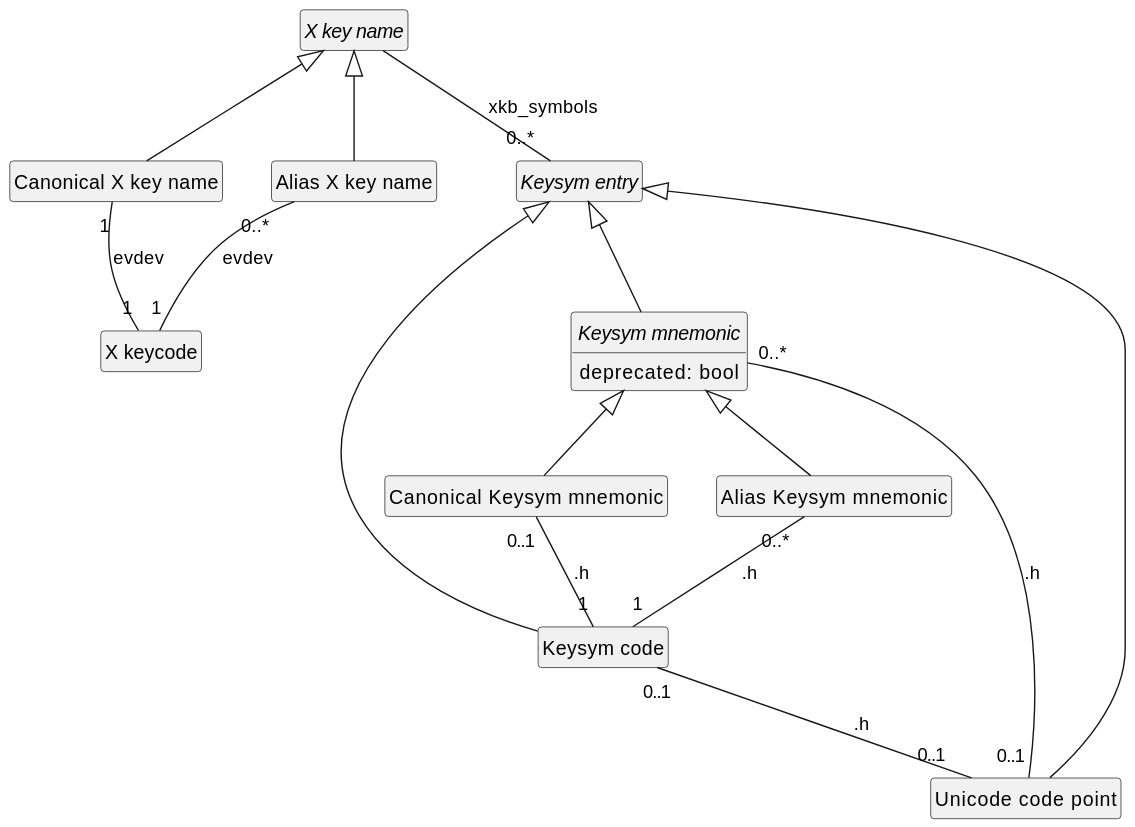
Earlier version of the PlantUML export X mappings.svg (oliviercailloux/XKB-doc).
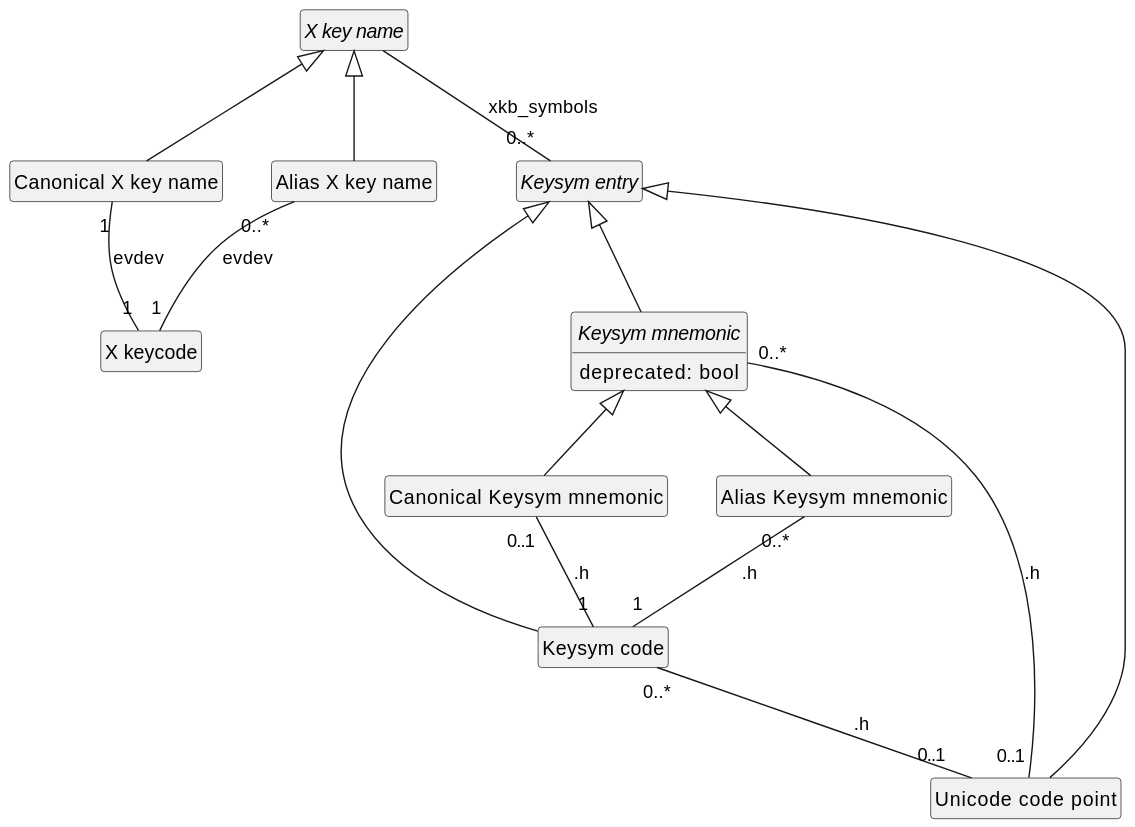
Later version of the same file.

Commit message:
UCP to mult KS codes

What changed in the source:
```diff
@@ -21,5 +21,5 @@
 "Keysym mnemonic" "0..*" -- "0..1" "Unicode code point" : .h
 "Canonical Keysym mnemonic" "0..1" -- "1" "Keysym code" : .h
 "Alias Keysym mnemonic" "0..*" -- "1" "Keysym code" : .h
-"Keysym code" "0..1" -- "0..1" "Unicode code point" : .h
+"Keysym code" "0..*" -- "0..1" "Unicode code point" : .h
 @enduml
```
